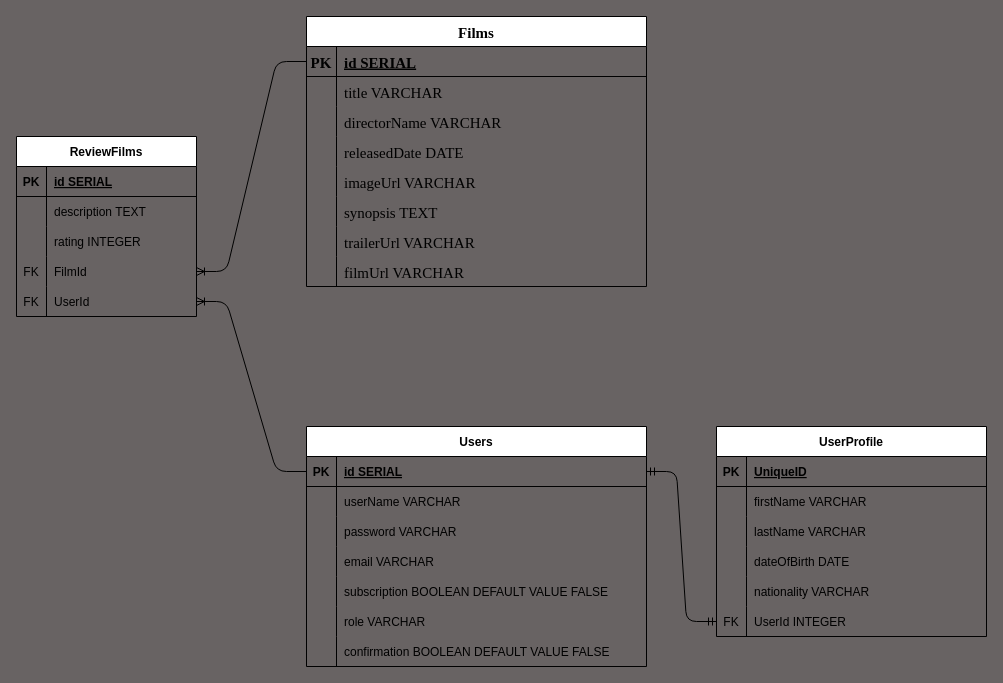
Above: schema.drawio in faisalyudiansah/On-Demand-App-Express-MVC-Sequelize (draw.io), before the change. Source tidied: cells renumbered, new cells numbered last; positions are measured from the earlier drawing's top-left corner, leaving out a move shared by most shapes. Both pictures are drawn from the tidied source at 100%, with x=0, y=0 at pixel (16, 16).
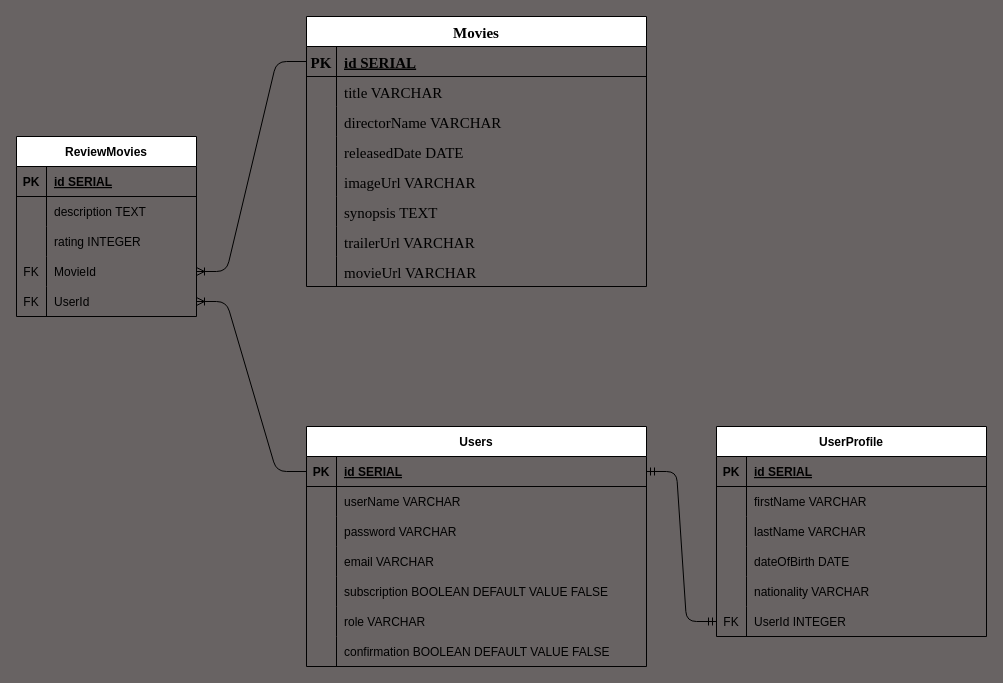
After the change.

The change refers to these unchanged cells:
```xml
<mxCell id="24" style="shape=tableRow;horizontal=0;startSize=0;swimlaneHead=0;swimlaneBody=0;fillColor=none;top=0;left=0;right=0;bottom=0;hachureGap=4;fontFamily=Garamond;fontSize=15;rounded=0;" parent="2" vertex="1">
  <mxGeometry y="240" width="340" height="30" as="geometry" />
</mxCell>
<mxCell id="59" style="shape=tableRow;horizontal=0;startSize=0;swimlaneHead=0;swimlaneBody=0;fillColor=none;points=[[0,0.5],[1,0.5]];portConstraint=eastwest;top=0;left=0;right=0;bottom=0;" parent="49" vertex="1">
  <mxGeometry y="120" width="180" height="30" as="geometry" />
</mxCell>
<mxCell id="66" style="shape=tableRow;horizontal=0;startSize=0;swimlaneHead=0;swimlaneBody=0;fillColor=none;top=0;left=0;right=0;bottom=1;" parent="65" vertex="1">
  <mxGeometry y="30" width="270" height="30" as="geometry" />
</mxCell>
```

Diff of the diagram source:
```diff
@@
-    <mxCell id="2" value="Films" style="shape=table;startSize=30;childLayout=tableLayout;rowLines=0;fontStyle=1;align=center;hachureGap=4;fontFamily=Garamond;fontSize=15;rounded=0;swimlaneLine=1;" parent="1" vertex="1">
+    <mxCell id="2" value="Movies" style="shape=table;startSize=30;childLayout=tableLayout;rowLines=0;fontStyle=1;align=center;hachureGap=4;fontFamily=Garamond;fontSize=15;rounded=0;swimlaneLine=1;" parent="1" vertex="1">
       <mxGeometry x="290" width="340" height="270" as="geometry" />
     </mxCell>
@@
-    <mxCell id="26" value="filmUrl VARCHAR" style="shape=partialRectangle;fillColor=none;top=0;left=0;bottom=0;right=0;align=left;spacingLeft=6;overflow=hidden;hachureGap=4;fontFamily=Garamond;fontSize=15;rounded=0;" parent="24" vertex="1">
+    <mxCell id="26" value="movieUrl VARCHAR" style="shape=partialRectangle;fillColor=none;top=0;left=0;bottom=0;right=0;align=left;spacingLeft=6;overflow=hidden;hachureGap=4;fontFamily=Garamond;fontSize=15;rounded=0;" parent="24" vertex="1">
       <mxGeometry x="30" width="310" height="30" as="geometry" />
     </mxCell>
@@
-    <mxCell id="49" value="ReviewFilms" style="shape=table;startSize=30;childLayout=tableLayout;rowLines=0;fontStyle=1;align=center;" parent="1" vertex="1">
+    <mxCell id="49" value="ReviewMovies" style="shape=table;startSize=30;childLayout=tableLayout;rowLines=0;fontStyle=1;align=center;" parent="1" vertex="1">
       <mxGeometry y="120" width="180" height="180" as="geometry" />
     </mxCell>
@@
-    <mxCell id="61" value="FilmId" style="shape=partialRectangle;fillColor=none;top=0;left=0;bottom=0;right=0;align=left;spacingLeft=6;overflow=hidden;" parent="59" vertex="1">
+    <mxCell id="61" value="MovieId" style="shape=partialRectangle;fillColor=none;top=0;left=0;bottom=0;right=0;align=left;spacingLeft=6;overflow=hidden;" parent="59" vertex="1">
       <mxGeometry x="30" width="150" height="30" as="geometry" />
     </mxCell>
@@
-    <mxCell id="68" value="UniqueID" style="shape=partialRectangle;fillColor=none;top=0;left=0;bottom=0;right=0;align=left;spacingLeft=6;fontStyle=5;overflow=hidden;" parent="66" vertex="1">
+    <mxCell id="68" value="id SERIAL" style="shape=partialRectangle;fillColor=none;top=0;left=0;bottom=0;right=0;align=left;spacingLeft=6;fontStyle=5;overflow=hidden;" parent="66" vertex="1">
       <mxGeometry x="30" width="240" height="30" as="geometry" />
     </mxCell>
```
